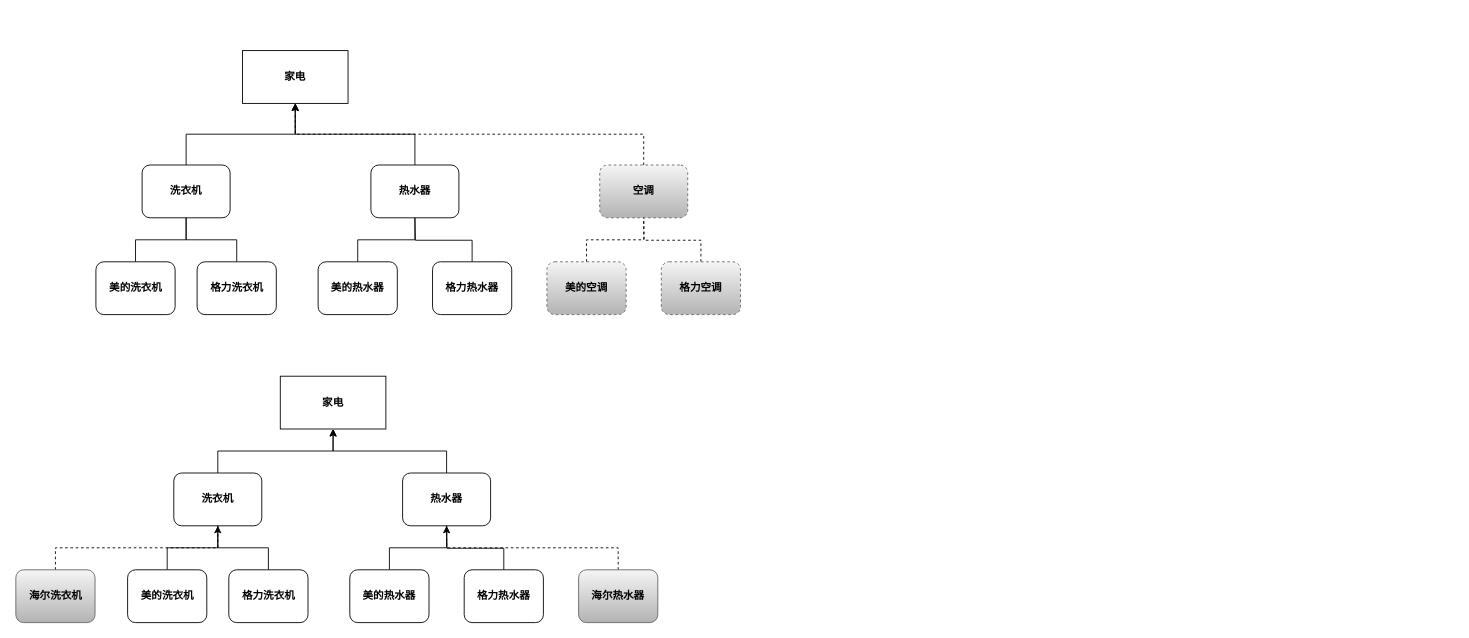
This is 设计模式/桥接模式/BridgePattern-Sample.drawio from Muggle666/PicGo, a draw.io file, before an edit. Source tidied: cells renumbered, new cells numbered last; positions are measured from the earlier drawing's top-left corner, leaving out a move shared by most shapes. Both pictures are drawn from the tidied source at 88%, with x=0, y=0 at pixel (15, 50).
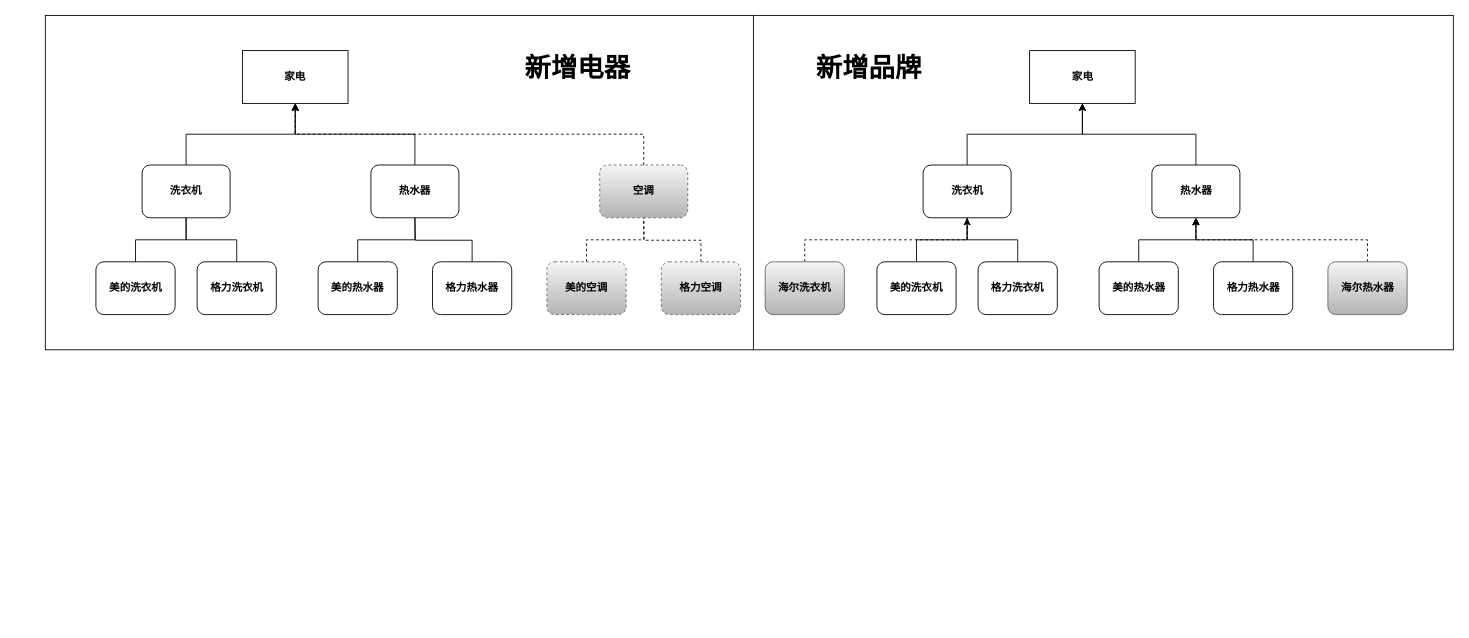
The same diagram, later.

The change refers to these unchanged cells:
```xml
<mxCell id="2" value="家电" style="rounded=0;whiteSpace=wrap;html=1;fontStyle=1;" parent="1" vertex="1">
  <mxGeometry x="258" width="120" height="60" as="geometry" />
</mxCell>
<mxCell id="4" value="洗衣机" style="rounded=1;whiteSpace=wrap;html=1;fontStyle=1;" parent="1" vertex="1">
  <mxGeometry x="144" y="130" width="100" height="60" as="geometry" />
</mxCell>
<mxCell id="6" value="热水器" style="rounded=1;whiteSpace=wrap;html=1;fontStyle=1;" parent="1" vertex="1">
  <mxGeometry x="404" y="130" width="100" height="60" as="geometry" />
</mxCell>
<mxCell id="16" value="空调" style="rounded=1;whiteSpace=wrap;html=1;flipH=1;flipV=0;dashed=1;gradientColor=#b3b3b3;fillColor=#f5f5f5;strokeColor=#666666;fontStyle=1;" parent="1" vertex="1">
  <mxGeometry x="664" y="130" width="100" height="60" as="geometry" />
</mxCell>
```

Diff of the diagram source:
```diff
@@
+    <mxCell id="38" style="rounded=0;whiteSpace=wrap;html=1;fontSize=30;" parent="1" vertex="1">
+      <mxGeometry x="34" y="-40" width="1600" height="380" as="geometry" />
+    </mxCell>
@@
-    <mxCell id="3" style="edgeStyle=orthogonalEdgeStyle;rounded=0;jettySize=auto;html=1;exitX=0.5;exitY=0;exitDx=0;exitDy=0;entryX=0.5;entryY=1;entryDx=0;entryDy=0;" parent="1" edge="1" source="4" target="2">
+    <mxCell id="3" style="edgeStyle=orthogonalEdgeStyle;rounded=0;jettySize=auto;html=1;exitX=0.5;exitY=0;exitDx=0;exitDy=0;entryX=0.5;entryY=1;entryDx=0;entryDy=0;fontStyle=1;" parent="1" edge="1" source="4" target="2">
       <mxGeometry relative="1" as="geometry" />
     </mxCell>
@@
-    <mxCell id="5" style="edgeStyle=orthogonalEdgeStyle;rounded=0;jettySize=auto;html=1;exitX=0.5;exitY=0;exitDx=0;exitDy=0;" parent="1" edge="1" source="6" target="2">
+    <mxCell id="5" style="edgeStyle=orthogonalEdgeStyle;rounded=0;jettySize=auto;html=1;exitX=0.5;exitY=0;exitDx=0;exitDy=0;fontStyle=1;" parent="1" edge="1" source="6" target="2">
       <mxGeometry relative="1" as="geometry" />
     </mxCell>
@@
-    <mxCell id="15" style="edgeStyle=orthogonalEdgeStyle;rounded=0;jettySize=auto;html=1;exitX=0.5;exitY=0;exitDx=0;exitDy=0;entryX=0.5;entryY=1;entryDx=0;entryDy=0;dashed=1;" parent="1" edge="1" source="16" target="2">
+    <mxCell id="15" style="edgeStyle=orthogonalEdgeStyle;rounded=0;jettySize=auto;html=1;exitX=0.5;exitY=0;exitDx=0;exitDy=0;entryX=0.5;entryY=1;entryDx=0;entryDy=0;dashed=1;fontStyle=1;" parent="1" edge="1" source="16" target="2">
       <mxGeometry relative="1" as="geometry" />
     </mxCell>
@@
     <mxCell id="21" value="家电" style="rounded=0;whiteSpace=wrap;html=1;fontStyle=1;" parent="1" vertex="1">
-      <mxGeometry x="301" y="370" width="120" height="60" as="geometry" />
+      <mxGeometry x="1152.5" width="120" height="60" as="geometry" />
     </mxCell>
-    <mxCell id="22" style="edgeStyle=orthogonalEdgeStyle;rounded=0;jettySize=auto;html=1;exitX=0.5;exitY=0;exitDx=0;exitDy=0;" parent="1" edge="1" source="23" target="21">
+    <mxCell id="22" style="edgeStyle=orthogonalEdgeStyle;rounded=0;jettySize=auto;html=1;exitX=0.5;exitY=0;exitDx=0;exitDy=0;fontStyle=1;" parent="1" edge="1" source="23" target="21">
       <mxGeometry relative="1" as="geometry" />
     </mxCell>
     <mxCell id="23" value="洗衣机" style="rounded=1;whiteSpace=wrap;html=1;fontStyle=1;" parent="1" vertex="1">
-      <mxGeometry x="180" y="480" width="100" height="60" as="geometry" />
+      <mxGeometry x="1031.5" y="130" width="100" height="60" as="geometry" />
     </mxCell>
-    <mxCell id="24" style="edgeStyle=orthogonalEdgeStyle;rounded=0;jettySize=auto;html=1;exitX=0.5;exitY=0;exitDx=0;exitDy=0;" parent="1" edge="1" source="25" target="21">
+    <mxCell id="24" style="edgeStyle=orthogonalEdgeStyle;rounded=0;jettySize=auto;html=1;exitX=0.5;exitY=0;exitDx=0;exitDy=0;fontStyle=1;" parent="1" edge="1" source="25" target="21">
       <mxGeometry relative="1" as="geometry" />
     </mxCell>
     <mxCell id="25" value="热水器" style="rounded=1;whiteSpace=wrap;html=1;fontStyle=1;" parent="1" vertex="1">
-      <mxGeometry x="440" y="480" width="100" height="60" as="geometry" />
+      <mxGeometry x="1291.5" y="130" width="100" height="60" as="geometry" />
     </mxCell>
@@
     <mxCell id="27" value="格力洗衣机" style="rounded=1;whiteSpace=wrap;html=1;fontStyle=1;" parent="1" vertex="1">
-      <mxGeometry x="242.5" y="590" width="90" height="60" as="geometry" />
+      <mxGeometry x="1094" y="240" width="90" height="60" as="geometry" />
     </mxCell>
-    <mxCell id="28" style="edgeStyle=orthogonalEdgeStyle;rounded=0;jettySize=auto;html=1;exitX=0.5;exitY=0;exitDx=0;exitDy=0;endArrow=none;endFill=0;fontStyle=1;" parent="1" edge="1" source="29">
-      <mxGeometry relative="1" as="geometry">
-        <mxPoint x="490" y="540" as="targetPoint" />
-      </mxGeometry>
-    </mxCell>
+    <mxCell id="39" style="edgeStyle=orthogonalEdgeStyle;rounded=0;jettySize=auto;html=1;exitX=0.5;exitY=0;exitDx=0;exitDy=0;entryX=0.5;entryY=1;entryDx=0;entryDy=0;" parent="1" edge="1" source="29" target="25">
+      <mxGeometry relative="1" as="geometry" />
+    </mxCell>
     <mxCell id="29" value="格力热水器" style="rounded=1;whiteSpace=wrap;html=1;fontStyle=1;" parent="1" vertex="1">
-      <mxGeometry x="510" y="590" width="90" height="60" as="geometry" />
+      <mxGeometry x="1361.5" y="240" width="90" height="60" as="geometry" />
     </mxCell>
-    <mxCell id="30" style="edgeStyle=orthogonalEdgeStyle;rounded=0;jettySize=auto;html=1;exitX=0.5;exitY=0;exitDx=0;exitDy=0;entryX=0.5;entryY=1;entryDx=0;entryDy=0;endArrow=none;endFill=0;fontStyle=1;" parent="1" edge="1" source="31" target="25">
+    <mxCell id="30" style="edgeStyle=orthogonalEdgeStyle;rounded=0;jettySize=auto;html=1;exitX=0.5;exitY=0;exitDx=0;exitDy=0;" parent="1" edge="1" source="31" target="25">
       <mxGeometry relative="1" as="geometry" />
     </mxCell>
     <mxCell id="31" value="美的热水器" style="rounded=1;whiteSpace=wrap;html=1;fontStyle=1;" parent="1" vertex="1">
-      <mxGeometry x="380" y="590" width="90" height="60" as="geometry" />
+      <mxGeometry x="1231.5" y="240" width="90" height="60" as="geometry" />
     </mxCell>
@@
     <mxCell id="33" value="美的洗衣机" style="rounded=1;whiteSpace=wrap;html=1;fontStyle=1;" parent="1" vertex="1">
-      <mxGeometry x="127.5" y="590" width="90" height="60" as="geometry" />
+      <mxGeometry x="979" y="240" width="90" height="60" as="geometry" />
     </mxCell>
-    <mxCell id="34" style="edgeStyle=orthogonalEdgeStyle;rounded=0;jettySize=auto;html=1;exitX=0.5;exitY=0;exitDx=0;exitDy=0;entryX=0.5;entryY=1;entryDx=0;entryDy=0;dashed=1;fontStyle=1;" parent="1" edge="1" source="35" target="25">
+    <mxCell id="34" style="edgeStyle=orthogonalEdgeStyle;rounded=0;jettySize=auto;html=1;exitX=0.5;exitY=0;exitDx=0;exitDy=0;entryX=0.5;entryY=1;entryDx=0;entryDy=0;dashed=1;" parent="1" edge="1" source="35" target="25">
       <mxGeometry relative="1" as="geometry" />
     </mxCell>
     <mxCell id="35" value="海尔热水器" style="rounded=1;whiteSpace=wrap;html=1;flipH=1;flipV=0;gradientColor=#b3b3b3;fillColor=#f5f5f5;strokeColor=#666666;fontStyle=1;" parent="1" vertex="1">
-      <mxGeometry x="640" y="590" width="90" height="60" as="geometry" />
+      <mxGeometry x="1491.5" y="240" width="90" height="60" as="geometry" />
     </mxCell>
-    <mxCell id="36" style="edgeStyle=orthogonalEdgeStyle;rounded=0;jettySize=auto;html=1;exitX=0.5;exitY=0;exitDx=0;exitDy=0;entryX=0.5;entryY=1;entryDx=0;entryDy=0;dashed=1;" parent="1" edge="1" source="37" target="23">
+    <mxCell id="36" style="edgeStyle=orthogonalEdgeStyle;rounded=0;jettySize=auto;html=1;exitX=0.5;exitY=0;exitDx=0;exitDy=0;entryX=0.5;entryY=1;entryDx=0;entryDy=0;dashed=1;fontStyle=1;" parent="1" edge="1" source="37" target="23">
       <mxGeometry relative="1" as="geometry" />
     </mxCell>
     <mxCell id="37" value="海尔洗衣机" style="rounded=1;whiteSpace=wrap;html=1;flipH=1;flipV=0;gradientColor=#b3b3b3;fillColor=#f5f5f5;strokeColor=#666666;fontStyle=1;" parent="1" vertex="1">
-      <mxGeometry x="0.5" y="590" width="90" height="60" as="geometry" />
+      <mxGeometry x="852" y="240" width="90" height="60" as="geometry" />
     </mxCell>
+    <mxCell id="40" style="endArrow=none;html=1;exitX=0.5;exitY=1;exitDx=0;exitDy=0;entryX=0.5;entryY=0;entryDx=0;entryDy=0;fontStyle=1;" parent="1" edge="1">
+      <mxGeometry relative="1" as="geometry">
+        <mxPoint x="838.7" y="339.7" as="sourcePoint" />
+        <mxPoint x="838.7" y="-40.3" as="targetPoint" />
+      </mxGeometry>
+    </mxCell>
+    <mxCell id="41" value="新增电器" style="text;html=1;strokeColor=none;fillColor=none;align=center;verticalAlign=middle;whiteSpace=wrap;rounded=0;fontStyle=1;fontSize=30;" parent="1" vertex="1">
+      <mxGeometry x="544" y="10" width="190" height="20" as="geometry" />
+    </mxCell>
+    <mxCell id="42" value="新增品牌" style="text;html=1;strokeColor=none;fillColor=none;align=center;verticalAlign=middle;whiteSpace=wrap;rounded=0;fontStyle=1;fontSize=30;" parent="1" vertex="1">
+      <mxGeometry x="904" y="10" width="132" height="20" as="geometry" />
+    </mxCell>
```
